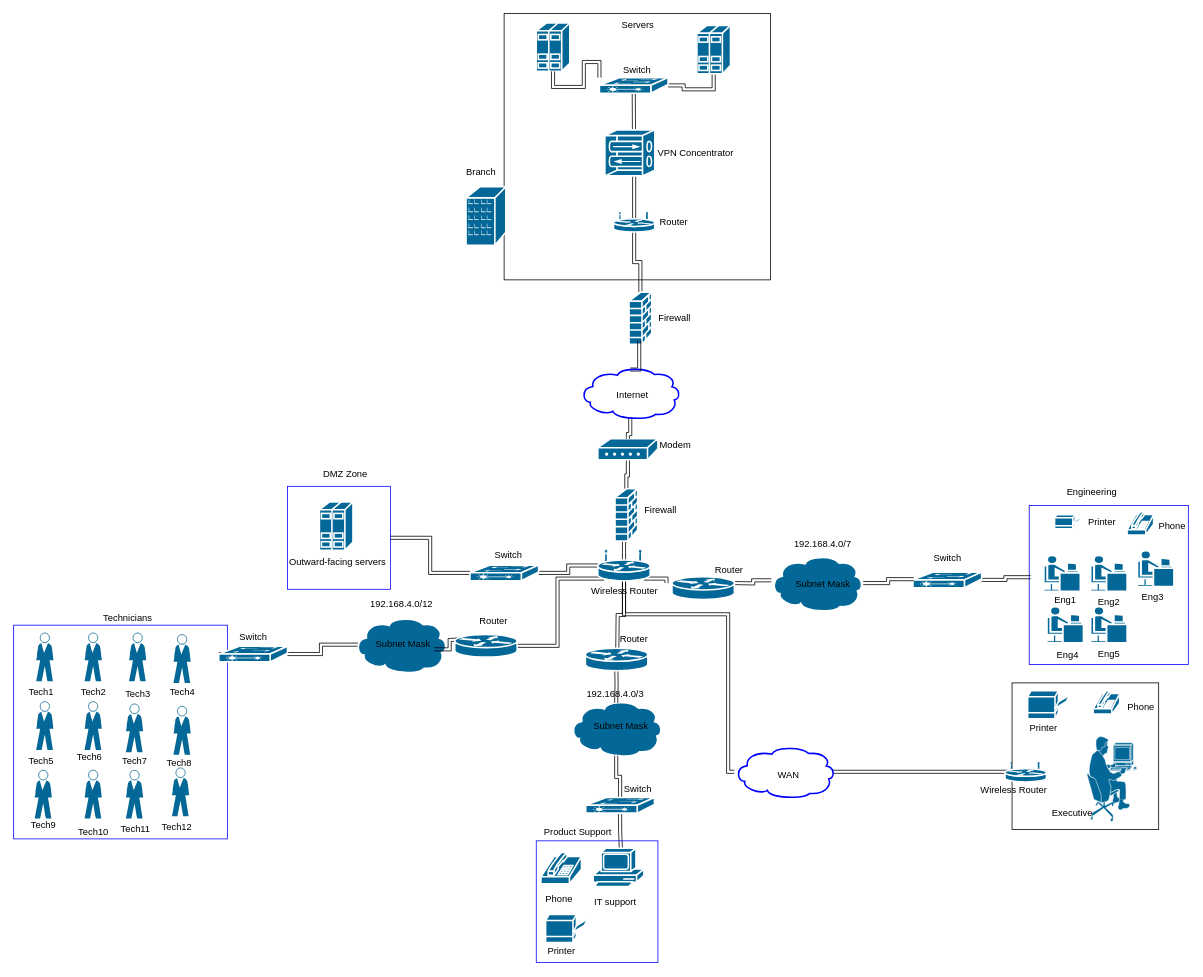
This is Network.drawio from WDBug/WDBug, a draw.io file, before an edit. Source tidied: cells renumbered, new cells numbered last; positions are measured from the earlier drawing's top-left corner, leaving out a move shared by most shapes. Both pictures are drawn from the tidied source at 78%, with x=0, y=0 at pixel (13, 13).
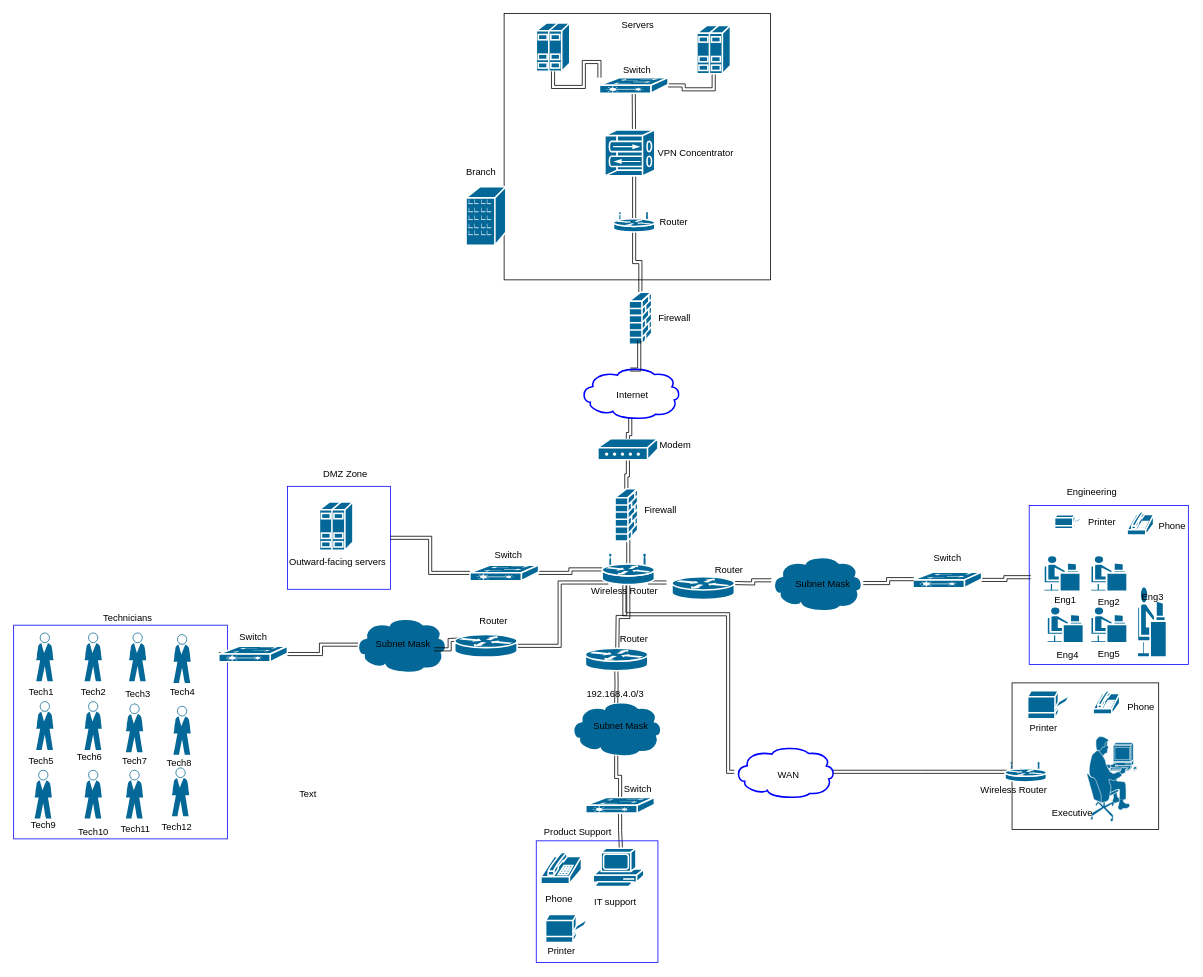
After the change.

What changed in the source:
```diff
@@
     <mxCell id="17" style="shape=mxgraph.cisco.routers.wireless_router;sketch=0;html=1;dashed=0;fillColor=#036897;strokeColor=#ffffff;strokeWidth=2;verticalLabelPosition=bottom;verticalAlign=top;align=center;outlineConnect=0;" parent="1" vertex="1">
-      <mxGeometry x="749" y="688" width="67" height="39" as="geometry" />
+      <mxGeometry x="754.5" y="693" width="67" height="39" as="geometry" />
     </mxCell>
@@
     <mxCell id="22" style="shape=mxgraph.cisco.people.androgenous_person;sketch=0;html=1;dashed=0;fillColor=#036897;strokeColor=#ffffff;strokeWidth=2;verticalLabelPosition=bottom;verticalAlign=top;align=center;" parent="1" vertex="1">
-      <mxGeometry x="1440.5" y="688.5" width="47" height="46" as="geometry" />
+      <mxGeometry x="1440.5" y="734.5" width="37.5" height="90.5" as="geometry" />
     </mxCell>
@@
-    <mxCell id="133" value="192.168.4.0/7" style="text;html=1;align=center;verticalAlign=middle;strokeColor=none;fillColor=none;" parent="1" vertex="1">
-      <mxGeometry x="994.5" y="671" width="85" height="18" as="geometry" />
-    </mxCell>
-    <mxCell id="134" value="192.168.4.0/12" style="text;html=1;align=center;verticalAlign=middle;strokeColor=none;fillColor=none;" parent="1" vertex="1">
-      <mxGeometry x="451" y="748" width="92" height="18" as="geometry" />
-    </mxCell>
@@
+    <mxCell id="136" value="Text" style="text;html=1;align=center;verticalAlign=middle;strokeColor=none;fillColor=none;" parent="1" vertex="1">
+      <mxGeometry x="357" y="991" width="40" height="20" as="geometry" />
+    </mxCell>
```
